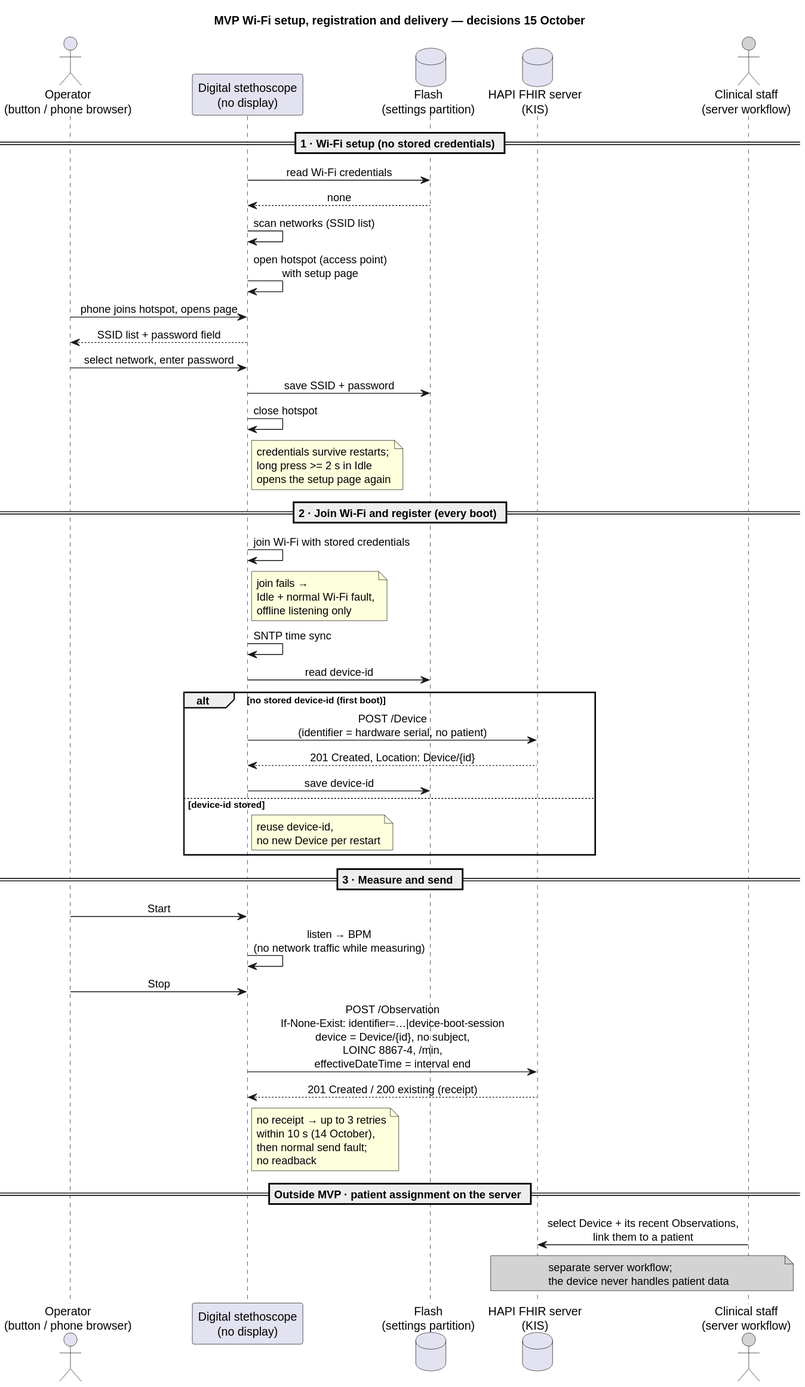
Before: Development/system/architecture/rendered/patient_assignment_workflow.svg, a diagram exported from PlantUML (DemonicPsychoII/DigitalStethoscope).
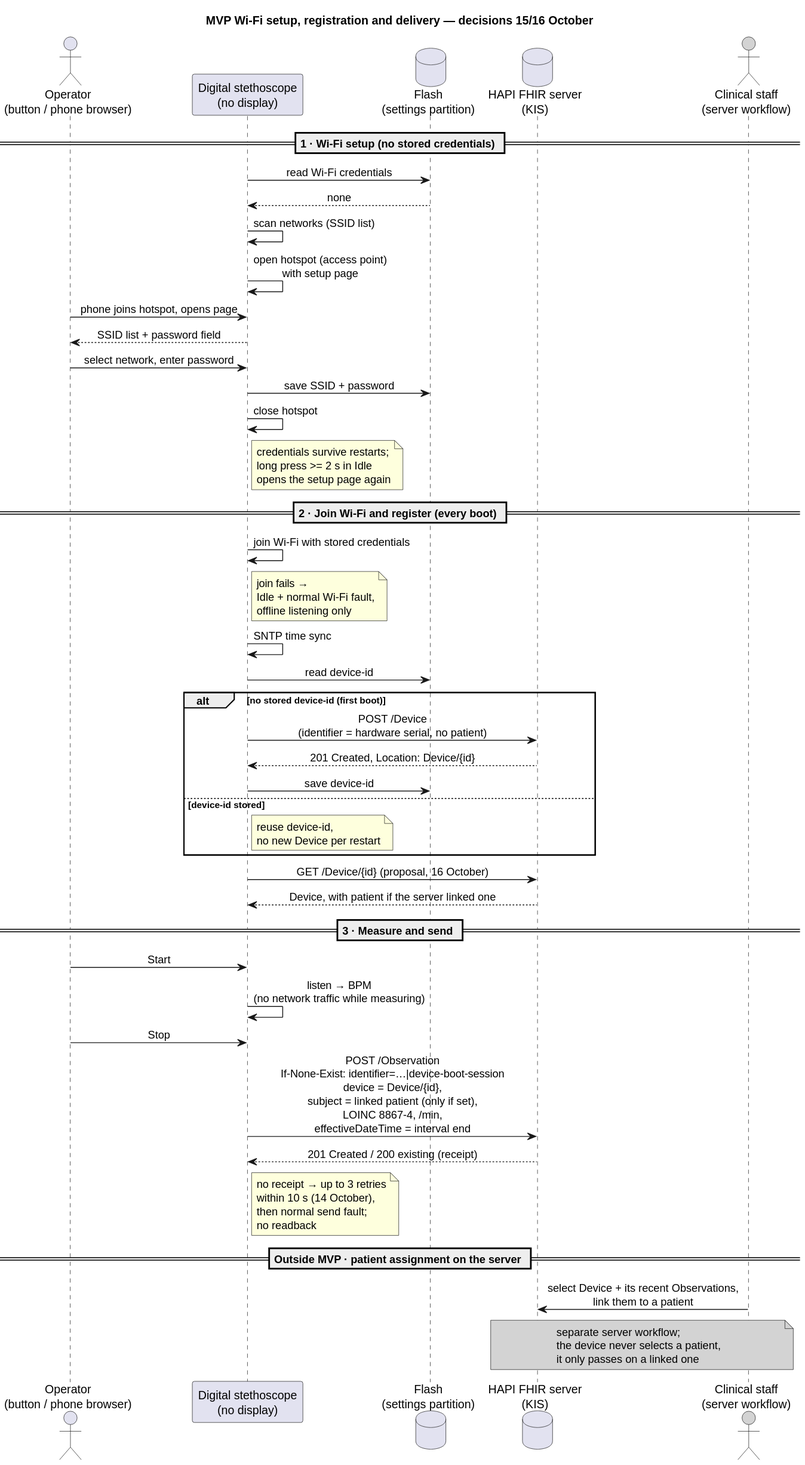
The same file after the commit.

Change to the diagram source:
```diff
@@ -2,7 +2,7 @@
 skinparam shadowing false
 skinparam defaultFontName SansSerif
 skinparam sequenceMessageAlign center
-title MVP Wi-Fi setup, registration and delivery — decisions 15 October
+title MVP Wi-Fi setup, registration and delivery — decisions 15/16 October
 actor "Operator\n(button / phone browser)" as op
 participant "Digital stethoscope\n(no display)" as dev
 database "Flash\n(settings partition)" as flash
@@ -33,16 +33,18 @@
 else device-id stored
   note right of dev : reuse device-id,\nno new Device per restart
 end
+dev -> fhir : GET /Device/{id} (proposal, 16 October)
+fhir --> dev : Device, with patient if the server linked one
 
 == 3 · Measure and send ==
 op -> dev : Start
 dev -> dev : listen → BPM\n(no network traffic while measuring)
 op -> dev : Stop
-dev -> fhir : POST /Observation\nIf-None-Exist: identifier=…|device-boot-session\ndevice = Device/{id}, no subject,\nLOINC 8867-4, /min,\neffectiveDateTime = interval end
+dev -> fhir : POST /Observation\nIf-None-Exist: identifier=…|device-boot-session\ndevice = Device/{id},\nsubject = linked patient (only if set),\nLOINC 8867-4, /min,\neffectiveDateTime = interval end
 fhir --> dev : 201 Created / 200 existing (receipt)
 note right of dev : no receipt → up to 3 retries\nwithin 10 s (14 October),\nthen normal send fault;\nno readback
 
 == Outside MVP · patient assignment on the server ==
 staff -> fhir : select Device + its recent Observations,\nlink them to a patient
-note over fhir, staff #lightgrey : separate server workflow;\nthe device never handles patient data
+note over fhir, staff #lightgrey : separate server workflow;\nthe device never selects a patient,\nit only passes on a linked one
 @enduml
```
